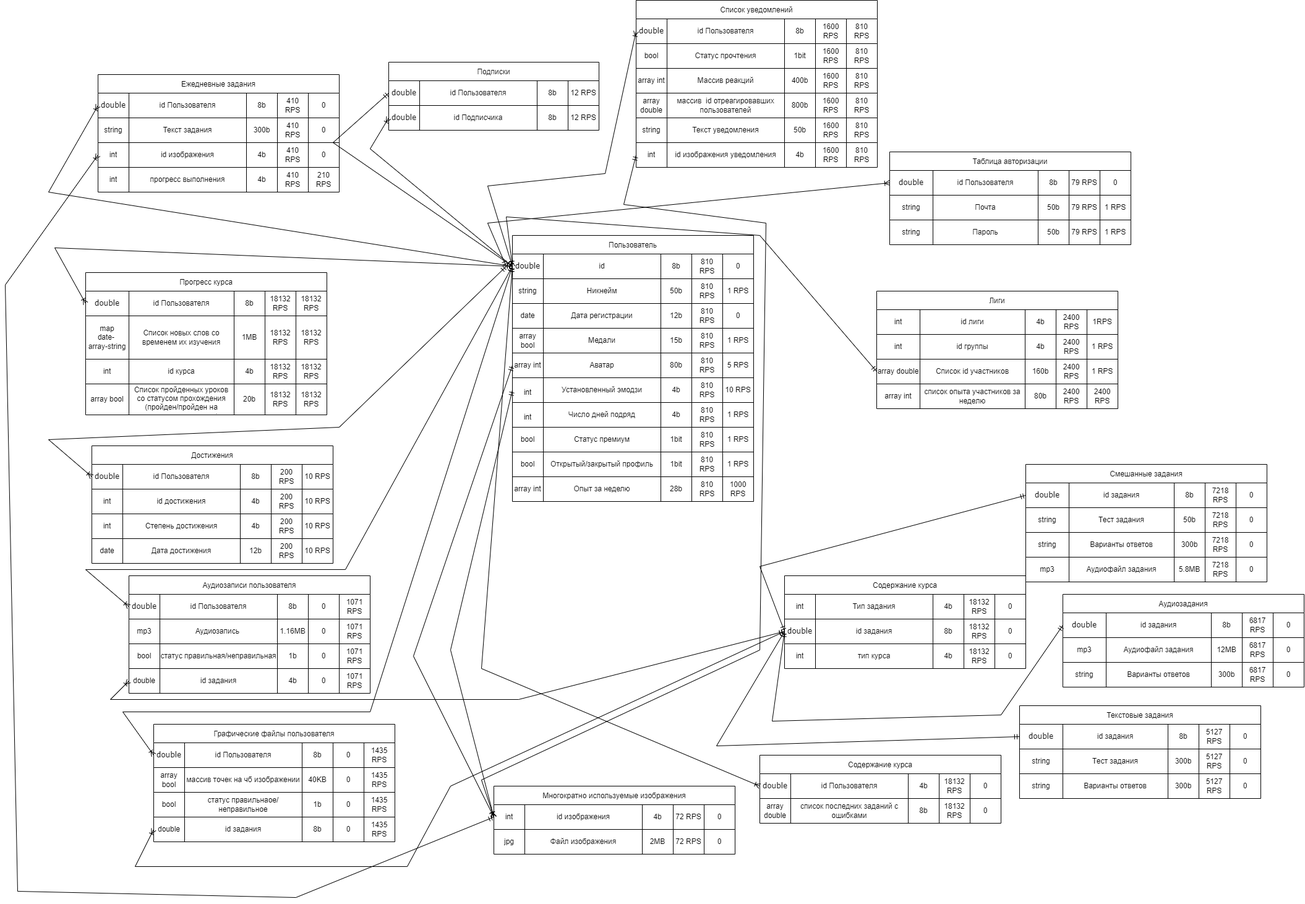
Above: logic_scheme.png in Olgmuzalev13/highload-duolingo (draw.io), before the change. Source tidied: cells renumbered, new cells last; positions are measured from the earlier drawing's top-left corner, leaving out a move shared by most shapes.
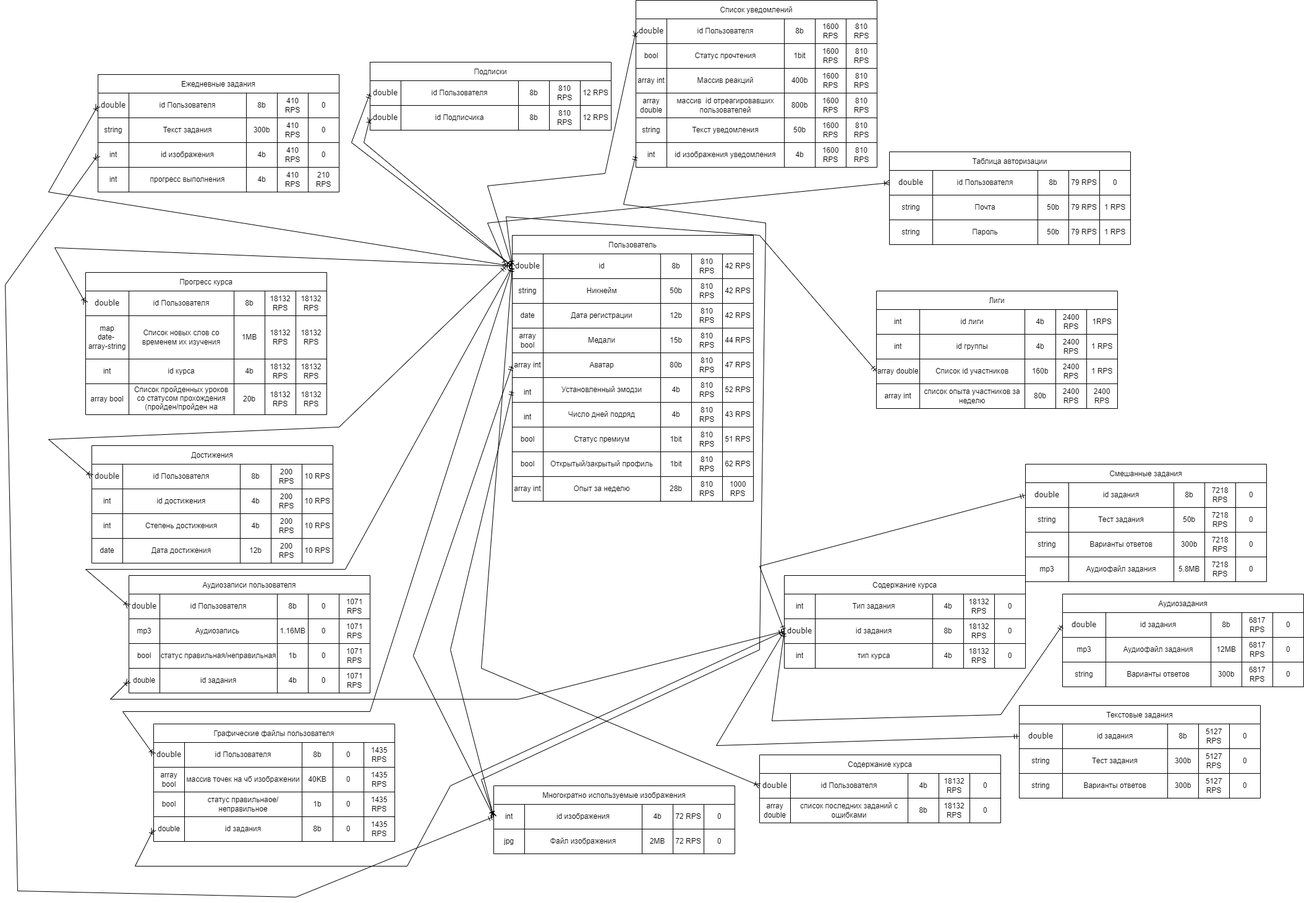
After the change.

Change to the diagram source:
```diff
@@ -20,7 +20,7 @@
     <mxCell id="7" value="810 RPS" style="shape=partialRectangle;html=1;whiteSpace=wrap;strokeColor=inherit;overflow=hidden;fillColor=none;top=0;left=0;bottom=0;right=0;" parent="3" vertex="1">
       <mxGeometry x="290" width="50" height="40" as="geometry" />
     </mxCell>
-    <mxCell id="8" value="0" style="shape=partialRectangle;html=1;whiteSpace=wrap;strokeColor=inherit;overflow=hidden;fillColor=none;top=0;left=0;bottom=0;right=0;" parent="3" vertex="1">
+    <mxCell id="8" value="42 RPS" style="shape=partialRectangle;html=1;whiteSpace=wrap;strokeColor=inherit;overflow=hidden;fillColor=none;top=0;left=0;bottom=0;right=0;" parent="3" vertex="1">
       <mxGeometry x="340" width="50" height="40" as="geometry" />
     </mxCell>
     <mxCell id="9" style="shape=tableRow;horizontal=0;startSize=0;swimlaneHead=0;swimlaneBody=0;strokeColor=inherit;top=0;left=0;bottom=0;right=0;fillColor=none;" parent="2" vertex="1">
@@ -38,7 +38,7 @@
     <mxCell id="13" value="810 RPS" style="shape=partialRectangle;html=1;whiteSpace=wrap;strokeColor=inherit;overflow=hidden;fillColor=none;top=0;left=0;bottom=0;right=0;" parent="9" vertex="1">
       <mxGeometry x="290" width="50" height="40" as="geometry" />
     </mxCell>
-    <mxCell id="14" value="1 RPS" style="shape=partialRectangle;html=1;whiteSpace=wrap;strokeColor=inherit;overflow=hidden;fillColor=none;top=0;left=0;bottom=0;right=0;" parent="9" vertex="1">
+    <mxCell id="14" value="42 RPS" style="shape=partialRectangle;html=1;whiteSpace=wrap;strokeColor=inherit;overflow=hidden;fillColor=none;top=0;left=0;bottom=0;right=0;" parent="9" vertex="1">
       <mxGeometry x="340" width="50" height="40" as="geometry" />
     </mxCell>
     <mxCell id="15" style="shape=tableRow;horizontal=0;startSize=0;swimlaneHead=0;swimlaneBody=0;strokeColor=inherit;top=0;left=0;bottom=0;right=0;fillColor=none;" parent="2" vertex="1">
@@ -56,7 +56,7 @@
     <mxCell id="19" value="810 RPS" style="shape=partialRectangle;html=1;whiteSpace=wrap;strokeColor=inherit;overflow=hidden;fillColor=none;top=0;left=0;bottom=0;right=0;" parent="15" vertex="1">
       <mxGeometry x="290" width="50" height="40" as="geometry" />
     </mxCell>
-    <mxCell id="20" value="0" style="shape=partialRectangle;html=1;whiteSpace=wrap;strokeColor=inherit;overflow=hidden;fillColor=none;top=0;left=0;bottom=0;right=0;" parent="15" vertex="1">
+    <mxCell id="20" value="42 RPS" style="shape=partialRectangle;html=1;whiteSpace=wrap;strokeColor=inherit;overflow=hidden;fillColor=none;top=0;left=0;bottom=0;right=0;" parent="15" vertex="1">
       <mxGeometry x="340" width="50" height="40" as="geometry" />
     </mxCell>
     <mxCell id="21" style="shape=tableRow;horizontal=0;startSize=0;swimlaneHead=0;swimlaneBody=0;strokeColor=inherit;top=0;left=0;bottom=0;right=0;fillColor=none;" parent="2" vertex="1">
@@ -74,7 +74,7 @@
     <mxCell id="25" value="810 RPS" style="shape=partialRectangle;html=1;whiteSpace=wrap;strokeColor=inherit;overflow=hidden;fillColor=none;top=0;left=0;bottom=0;right=0;" parent="21" vertex="1">
       <mxGeometry x="290" width="50" height="40" as="geometry" />
     </mxCell>
-    <mxCell id="26" value="1 RPS" style="shape=partialRectangle;html=1;whiteSpace=wrap;strokeColor=inherit;overflow=hidden;fillColor=none;top=0;left=0;bottom=0;right=0;" parent="21" vertex="1">
+    <mxCell id="26" value="44 RPS" style="shape=partialRectangle;html=1;whiteSpace=wrap;strokeColor=inherit;overflow=hidden;fillColor=none;top=0;left=0;bottom=0;right=0;" parent="21" vertex="1">
       <mxGeometry x="340" width="50" height="40" as="geometry" />
     </mxCell>
     <mxCell id="27" style="shape=tableRow;horizontal=0;startSize=0;swimlaneHead=0;swimlaneBody=0;strokeColor=inherit;top=0;left=0;bottom=0;right=0;fillColor=none;points=[[0,0.5],[1,0.5]];portConstraint=eastwest;" parent="2" vertex="1">
@@ -92,7 +92,7 @@
     <mxCell id="31" value="810 RPS" style="shape=partialRectangle;html=1;whiteSpace=wrap;strokeColor=inherit;overflow=hidden;fillColor=none;top=0;left=0;bottom=0;right=0;" parent="27" vertex="1">
       <mxGeometry x="290" width="50" height="40" as="geometry" />
     </mxCell>
-    <mxCell id="32" value="5 RPS" style="shape=partialRectangle;html=1;whiteSpace=wrap;strokeColor=inherit;overflow=hidden;fillColor=none;top=0;left=0;bottom=0;right=0;" parent="27" vertex="1">
+    <mxCell id="32" value="47 RPS" style="shape=partialRectangle;html=1;whiteSpace=wrap;strokeColor=inherit;overflow=hidden;fillColor=none;top=0;left=0;bottom=0;right=0;" parent="27" vertex="1">
       <mxGeometry x="340" width="50" height="40" as="geometry" />
     </mxCell>
     <mxCell id="33" style="shape=tableRow;horizontal=0;startSize=0;swimlaneHead=0;swimlaneBody=0;strokeColor=inherit;top=0;left=0;bottom=0;right=0;fillColor=none;" parent="2" vertex="1">
@@ -110,7 +110,7 @@
     <mxCell id="37" value="810 RPS" style="shape=partialRectangle;html=1;whiteSpace=wrap;strokeColor=inherit;overflow=hidden;fillColor=none;top=0;left=0;bottom=0;right=0;" parent="33" vertex="1">
       <mxGeometry x="290" width="50" height="40" as="geometry" />
     </mxCell>
-    <mxCell id="38" value="10 RPS" style="shape=partialRectangle;html=1;whiteSpace=wrap;strokeColor=inherit;overflow=hidden;fillColor=none;top=0;left=0;bottom=0;right=0;" parent="33" vertex="1">
+    <mxCell id="38" value="52 RPS" style="shape=partialRectangle;html=1;whiteSpace=wrap;strokeColor=inherit;overflow=hidden;fillColor=none;top=0;left=0;bottom=0;right=0;" parent="33" vertex="1">
       <mxGeometry x="340" width="50" height="40" as="geometry" />
     </mxCell>
     <mxCell id="39" style="shape=tableRow;horizontal=0;startSize=0;swimlaneHead=0;swimlaneBody=0;strokeColor=inherit;top=0;left=0;bottom=0;right=0;fillColor=none;" parent="2" vertex="1">
@@ -128,7 +128,7 @@
     <mxCell id="43" value="810 RPS" style="shape=partialRectangle;html=1;whiteSpace=wrap;strokeColor=inherit;overflow=hidden;fillColor=none;top=0;left=0;bottom=0;right=0;" parent="39" vertex="1">
       <mxGeometry x="290" width="50" height="40" as="geometry" />
     </mxCell>
-    <mxCell id="44" value="1 RPS" style="shape=partialRectangle;html=1;whiteSpace=wrap;strokeColor=inherit;overflow=hidden;fillColor=none;top=0;left=0;bottom=0;right=0;" parent="39" vertex="1">
+    <mxCell id="44" value="43 RPS" style="shape=partialRectangle;html=1;whiteSpace=wrap;strokeColor=inherit;overflow=hidden;fillColor=none;top=0;left=0;bottom=0;right=0;" parent="39" vertex="1">
       <mxGeometry x="340" width="50" height="40" as="geometry" />
     </mxCell>
     <mxCell id="45" style="shape=tableRow;horizontal=0;startSize=0;swimlaneHead=0;swimlaneBody=0;strokeColor=inherit;top=0;left=0;bottom=0;right=0;fillColor=none;" parent="2" vertex="1">
@@ -146,7 +146,7 @@
     <mxCell id="49" value="810 RPS" style="shape=partialRectangle;html=1;whiteSpace=wrap;strokeColor=inherit;overflow=hidden;fillColor=none;top=0;left=0;bottom=0;right=0;" parent="45" vertex="1">
       <mxGeometry x="290" width="50" height="40" as="geometry" />
     </mxCell>
-    <mxCell id="50" value="1 RPS" style="shape=partialRectangle;html=1;whiteSpace=wrap;strokeColor=inherit;overflow=hidden;fillColor=none;top=0;left=0;bottom=0;right=0;" parent="45" vertex="1">
+    <mxCell id="50" value="51 RPS" style="shape=partialRectangle;html=1;whiteSpace=wrap;strokeColor=inherit;overflow=hidden;fillColor=none;top=0;left=0;bottom=0;right=0;" parent="45" vertex="1">
       <mxGeometry x="340" width="50" height="40" as="geometry" />
     </mxCell>
     <mxCell id="51" style="shape=tableRow;horizontal=0;startSize=0;swimlaneHead=0;swimlaneBody=0;strokeColor=inherit;top=0;left=0;bottom=0;right=0;fillColor=none;" parent="2" vertex="1">
@@ -164,7 +164,7 @@
     <mxCell id="55" value="810 RPS" style="shape=partialRectangle;html=1;whiteSpace=wrap;strokeColor=inherit;overflow=hidden;fillColor=none;top=0;left=0;bottom=0;right=0;" parent="51" vertex="1">
       <mxGeometry x="290" width="50" height="40" as="geometry" />
     </mxCell>
-    <mxCell id="56" value="1 RPS" style="shape=partialRectangle;html=1;whiteSpace=wrap;strokeColor=inherit;overflow=hidden;fillColor=none;top=0;left=0;bottom=0;right=0;" parent="51" vertex="1">
+    <mxCell id="56" value="62 RPS" style="shape=partialRectangle;html=1;whiteSpace=wrap;strokeColor=inherit;overflow=hidden;fillColor=none;top=0;left=0;bottom=0;right=0;" parent="51" vertex="1">
       <mxGeometry x="340" width="50" height="40" as="geometry" />
     </mxCell>
     <mxCell id="57" style="shape=tableRow;horizontal=0;startSize=0;swimlaneHead=0;swimlaneBody=0;strokeColor=inherit;top=0;left=0;bottom=0;right=0;fillColor=none;" parent="2" vertex="1">
@@ -261,10 +261,10 @@
       <mxGeometry x="340" width="50" height="40" as="geometry" />
     </mxCell>
     <mxCell id="88" value="Подписки" style="shape=table;startSize=30;" parent="1" vertex="1">
-      <mxGeometry x="620" y="100" width="340" height="110" as="geometry" />
+      <mxGeometry x="590" y="100" width="390" height="110" as="geometry" />
     </mxCell>
     <mxCell id="89" style="shape=tableRow;horizontal=0;startSize=0;swimlaneHead=0;swimlaneBody=0;strokeColor=inherit;top=0;left=0;bottom=0;right=0;fillColor=none;points=[[0,0.5],[1,0.5]];portConstraint=eastwest;" parent="88" vertex="1">
-      <mxGeometry y="30" width="340" height="40" as="geometry" />
+      <mxGeometry y="30" width="390" height="40" as="geometry" />
     </mxCell>
     <mxCell id="90" value="&lt;span style=&quot;font-family: Verdana; text-align: left; text-wrap-mode: nowrap;&quot;&gt;double&lt;/span&gt;" style="shape=partialRectangle;html=1;whiteSpace=wrap;strokeColor=inherit;overflow=hidden;fillColor=none;top=0;left=0;bottom=0;right=0;" parent="89" vertex="1">
       <mxGeometry width="50" height="40" as="geometry" />
@@ -275,11 +275,14 @@
     <mxCell id="92" value="8b" style="shape=partialRectangle;html=1;whiteSpace=wrap;strokeColor=inherit;overflow=hidden;fillColor=none;top=0;left=0;bottom=0;right=0;" parent="89" vertex="1">
       <mxGeometry x="240" width="50" height="40" as="geometry" />
     </mxCell>
-    <mxCell id="93" value="12 RPS" style="shape=partialRectangle;html=1;whiteSpace=wrap;strokeColor=inherit;overflow=hidden;fillColor=none;top=0;left=0;bottom=0;right=0;" parent="89" vertex="1">
+    <mxCell id="93" value="810 RPS" style="shape=partialRectangle;html=1;whiteSpace=wrap;strokeColor=inherit;overflow=hidden;fillColor=none;top=0;left=0;bottom=0;right=0;" parent="89" vertex="1">
       <mxGeometry x="290" width="50" height="40" as="geometry" />
     </mxCell>
+    <mxCell id="408" value="12 RPS" style="shape=partialRectangle;html=1;whiteSpace=wrap;strokeColor=inherit;overflow=hidden;fillColor=none;top=0;left=0;bottom=0;right=0;" parent="89" vertex="1">
+      <mxGeometry x="340" width="50" height="40" as="geometry" />
+    </mxCell>
     <mxCell id="94" style="shape=tableRow;horizontal=0;startSize=0;swimlaneHead=0;swimlaneBody=0;strokeColor=inherit;top=0;left=0;bottom=0;right=0;fillColor=none;points=[[0,0.5],[1,0.5]];portConstraint=eastwest;" parent="88" vertex="1">
-      <mxGeometry y="70" width="340" height="40" as="geometry" />
+      <mxGeometry y="70" width="390" height="40" as="geometry" />
     </mxCell>
     <mxCell id="95" value="&lt;span style=&quot;font-family: Verdana; text-align: left; text-wrap-mode: nowrap;&quot;&gt;double&lt;/span&gt;" style="shape=partialRectangle;html=1;whiteSpace=wrap;strokeColor=inherit;overflow=hidden;fillColor=none;top=0;left=0;bottom=0;right=0;" parent="94" vertex="1">
       <mxGeometry width="50" height="40" as="geometry" />
@@ -290,9 +293,12 @@
     <mxCell id="97" value="8b" style="shape=partialRectangle;html=1;whiteSpace=wrap;strokeColor=inherit;overflow=hidden;fillColor=none;top=0;left=0;bottom=0;right=0;" parent="94" vertex="1">
       <mxGeometry x="240" width="50" height="40" as="geometry" />
     </mxCell>
-    <mxCell id="98" value="12 RPS" style="shape=partialRectangle;html=1;whiteSpace=wrap;strokeColor=inherit;overflow=hidden;fillColor=none;top=0;left=0;bottom=0;right=0;" parent="94" vertex="1">
+    <mxCell id="98" value="810 RPS" style="shape=partialRectangle;html=1;whiteSpace=wrap;strokeColor=inherit;overflow=hidden;fillColor=none;top=0;left=0;bottom=0;right=0;" parent="94" vertex="1">
       <mxGeometry x="290" width="50" height="40" as="geometry" />
     </mxCell>
+    <mxCell id="409" value="12 RPS" style="shape=partialRectangle;html=1;whiteSpace=wrap;strokeColor=inherit;overflow=hidden;fillColor=none;top=0;left=0;bottom=0;right=0;" parent="94" vertex="1">
+      <mxGeometry x="340" width="50" height="40" as="geometry" />
+    </mxCell>
     <mxCell id="99" value="Ежедневные задания" style="shape=table;startSize=30;" parent="1" vertex="1">
       <mxGeometry x="150" y="120" width="390" height="190" as="geometry" />
     </mxCell>
@@ -1067,14 +1073,14 @@
     <mxCell id="356" style="endArrow=ERmandOne;html=1;rounded=0;exitX=0;exitY=0.5;exitDx=0;exitDy=0;entryX=0;entryY=0.5;entryDx=0;entryDy=0;startFill=0;endFill=0;startArrow=ERmandOne;" parent="1" edge="1" source="89" target="3">
       <mxGeometry relative="1" as="geometry">
         <Array as="points">
-          <mxPoint x="530" y="230" />
+          <mxPoint x="560" y="230" />
         </Array>
       </mxGeometry>
     </mxCell>
     <mxCell id="357" style="endArrow=ERoneToMany;html=1;rounded=0;exitX=0;exitY=0.5;exitDx=0;exitDy=0;entryX=0;entryY=0.5;entryDx=0;entryDy=0;endFill=0;startArrow=ERmandOne;startFill=0;" parent="1" edge="1" source="3" target="94">
       <mxGeometry relative="1" as="geometry">
         <Array as="points">
-          <mxPoint x="590" y="240" />
+          <mxPoint x="580" y="230" />
         </Array>
       </mxGeometry>
     </mxCell>
```
